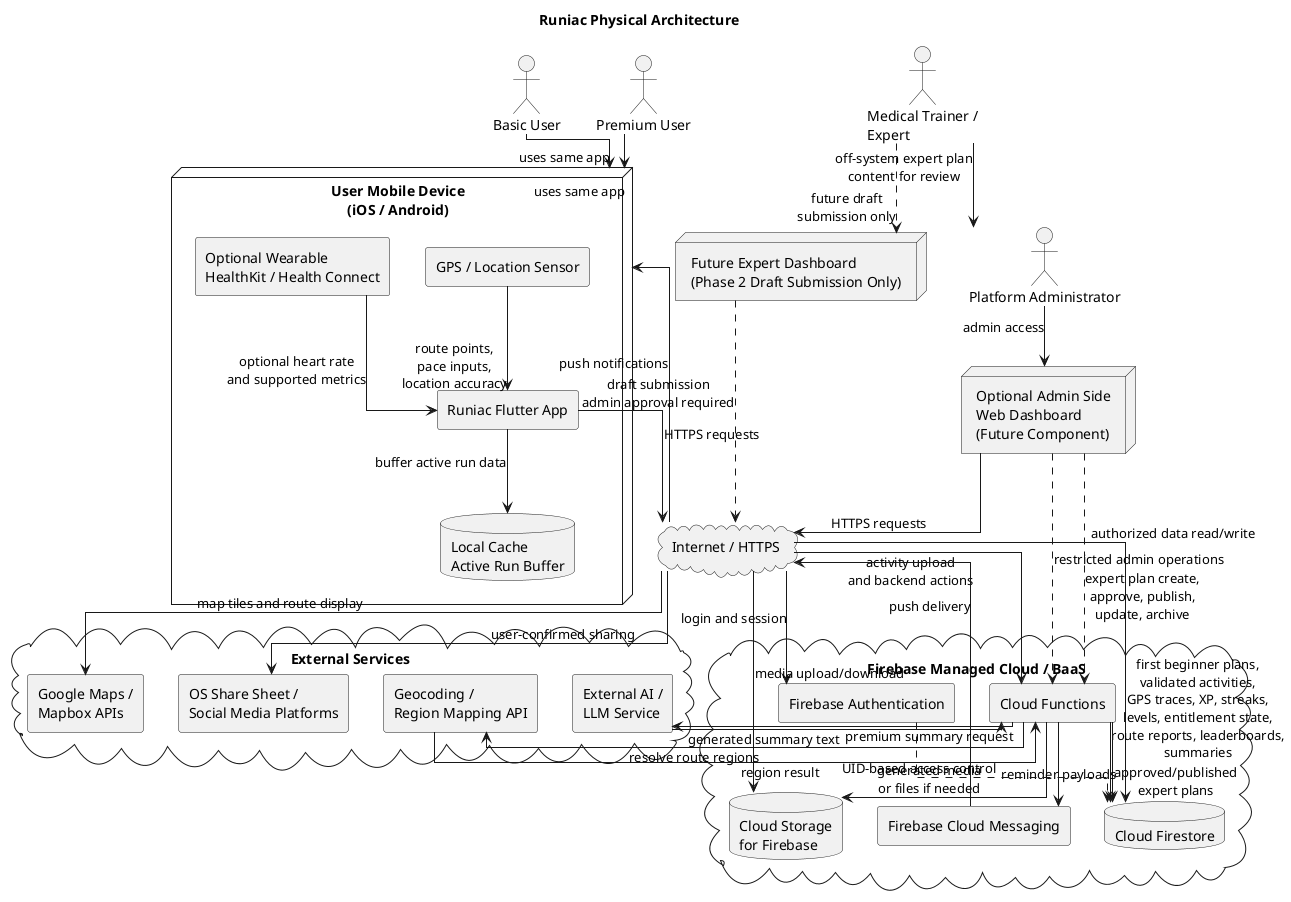
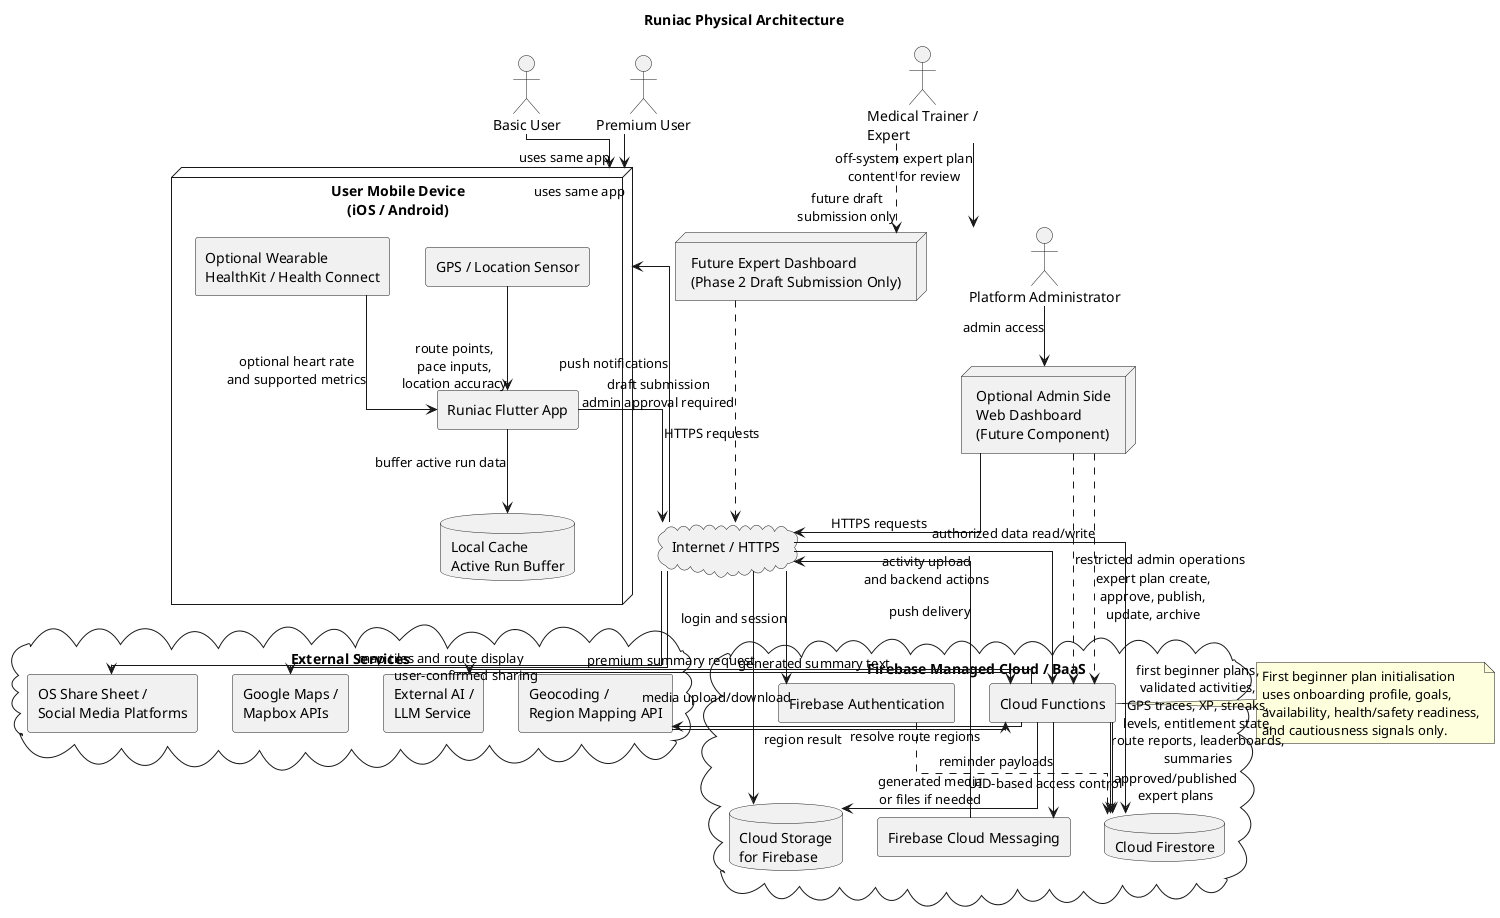
@startuml Runiac_Physical_Architecture
title Runiac Physical Architecture

skinparam componentStyle rectangle
skinparam shadowing false
skinparam linetype ortho
skinparam packageStyle rectangle

actor "Basic User" as BasicUser
actor "Premium User" as PremiumUser
actor "Platform Administrator" as Admin
actor "Medical Trainer /\nExpert" as Expert

node "User Mobile Device\n(iOS / Android)" as Mobile {
  component "Runiac Flutter App" as App
  component "GPS / Location Sensor" as GPS
  component "Optional Wearable\nHealthKit / Health Connect" as Wearable
  database "Local Cache\nActive Run Buffer" as LocalCache
}

cloud "Internet / HTTPS" as Internet

node "Optional Admin Side\nWeb Dashboard\n(Future Component)" as AdminDash
node "Future Expert Dashboard\n(Phase 2 Draft Submission Only)" as ExpertDash

cloud "Firebase Managed Cloud / BaaS" as Firebase {
  component "Firebase Authentication" as Auth
  database "Cloud Firestore" as Firestore
  component "Cloud Functions" as Functions
  component "Firebase Cloud Messaging" as FCM
  database "Cloud Storage\nfor Firebase" as Storage
}

cloud "External Services" as External {
  component "Google Maps /\nMapbox APIs" as Maps
  component "Geocoding /\nRegion Mapping API" as Geo
  component "External AI /\nLLM Service" as LLM
  component "OS Share Sheet /\nSocial Media Platforms" as Share
}

BasicUser --> Mobile : uses same app
PremiumUser --> Mobile : uses same app
GPS --> App : route points,\npace inputs,\nlocation accuracy
Wearable --> App : optional heart rate\nand supported metrics
App --> LocalCache : buffer active run data

App --> Internet : HTTPS requests
Admin --> AdminDash : admin access
AdminDash --> Internet : HTTPS requests

Internet --> Auth : login and session
Internet --> Firestore : authorized data read/write
Internet --> Functions : activity upload\nand backend actions
Internet --> Storage : media upload/download
Internet --> Maps : map tiles and route display
Internet --> Share : user-confirmed sharing

Functions --> Firestore : first beginner plans,\nvalidated activities,\nGPS traces, XP, streaks,\nlevels, entitlement state,\nroute reports, leaderboards,\nsummaries
Functions --> Firestore : approved/published\nexpert plans
Functions --> Storage : generated media\nor files if needed
Functions --> FCM : reminder payloads
FCM --> Internet : push delivery
Internet --> Mobile : push notifications

Functions --> Geo : resolve route regions
Geo --> Functions : region result

Functions --> LLM : premium summary request
LLM --> Functions : generated summary text

+ note right of Functions
+   First beginner plan initialisation
+   uses onboarding profile, goals,
+   availability, health/safety readiness,
+   and cautiousness signals only.
+ end note
+ 
Auth ..> Firestore : UID-based access control
AdminDash ..> Functions : restricted admin operations
Expert --> Admin : off-system expert plan\ncontent for review
Expert ..> ExpertDash : future draft\nsubmission only
ExpertDash ..> Internet : draft submission\nadmin approval required
AdminDash ..> Functions : expert plan create,\napprove, publish,\nupdate, archive

@enduml
